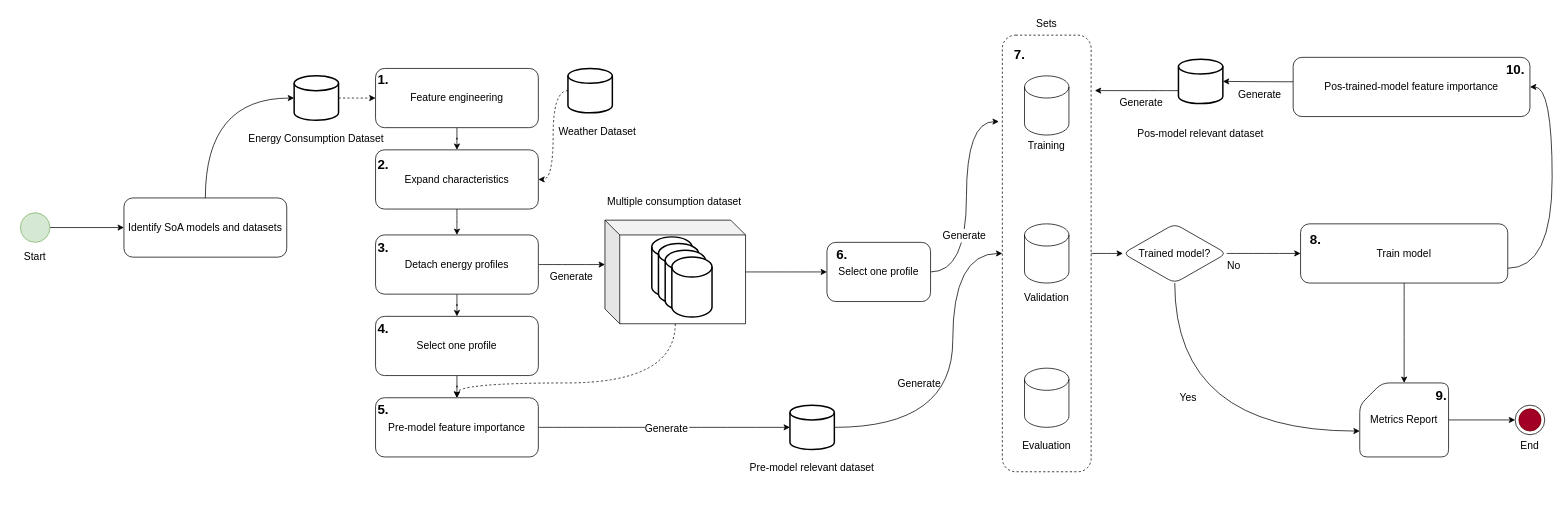
Before: page "Page-1" (1 of 2) of methodology/imgs/method/method.drawio in pv08/consumption-forecasting, a draw.io diagram. Source tidied: cells renumbered, new cells numbered last; positions are measured from the earlier drawing's top-left corner, leaving out a move shared by most shapes. Both pictures are drawn from the tidied source at 74%, with x=0, y=0 at pixel (13, 13).
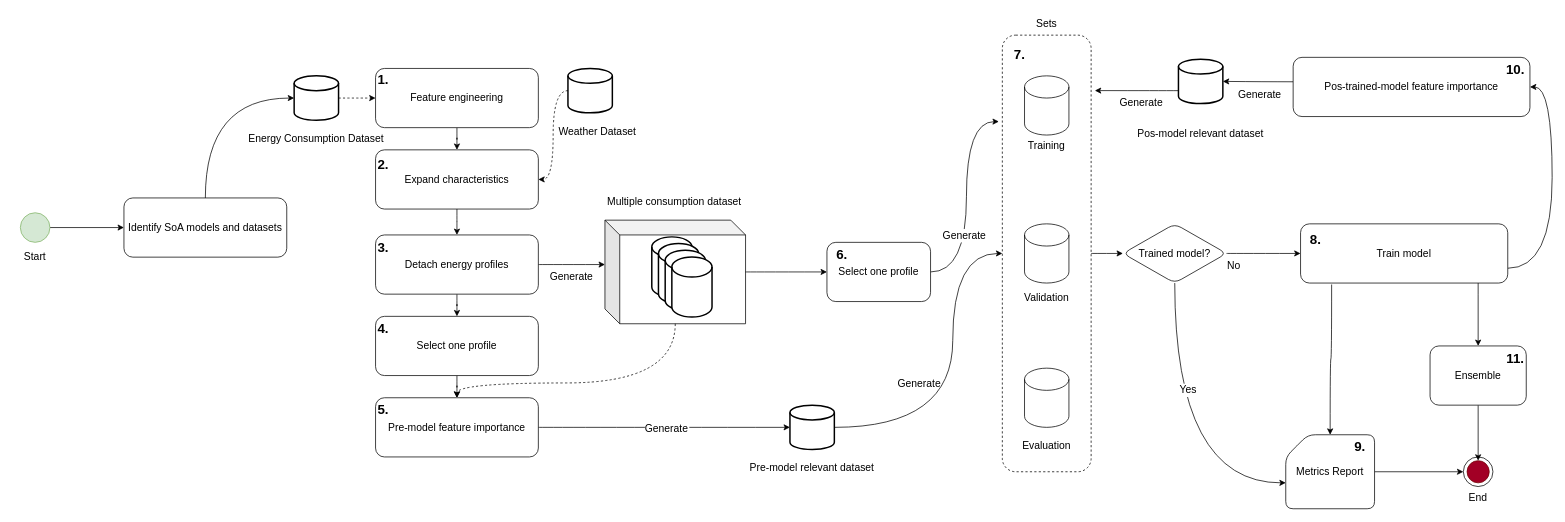
Above is the later version.

Unchanged cells that the change refers to:
```xml
<mxCell id="50" value="Train model" style="rounded=1;fontSize=14;whiteSpace=wrap;" parent="1" vertex="1">
  <mxGeometry x="1740" y="285" width="280" height="80" as="geometry" />
</mxCell>
<mxCell id="75" style="ellipse;whiteSpace=wrap;html=1;fontSize=14;fillColor=#a20025;strokeColor=#6F0000;fontColor=#ffffff;" parent="73" vertex="1">
  <mxGeometry x="5" y="5" width="30" height="30" as="geometry" />
</mxCell>
```

Diff of the diagram source:
```diff
@@
-    <mxCell id="48" style="edgeStyle=orthogonalEdgeStyle;curved=1;rounded=1;jettySize=auto;endArrow=classic;endFill=1;fontSize=14;" parent="1" edge="1" source="50" target="62">
+    <mxCell id="48" style="edgeStyle=orthogonalEdgeStyle;curved=1;rounded=1;jettySize=auto;endArrow=classic;endFill=1;fontSize=14;exitX=0.15;exitY=1.025;exitDx=0;exitDy=0;exitPerimeter=0;" parent="1" edge="1" source="50" target="62">
       <mxGeometry relative="1" as="geometry" />
     </mxCell>
@@
+    <mxCell id="87" style="edgeStyle=orthogonalEdgeStyle;rounded=0;jettySize=auto;html=1;entryX=0.5;entryY=0;entryDx=0;entryDy=0;" parent="1" edge="1" source="50" target="89">
+      <mxGeometry relative="1" as="geometry">
+        <Array as="points">
+          <mxPoint x="1980" y="380" />
+          <mxPoint x="1980" y="380" />
+        </Array>
+      </mxGeometry>
+    </mxCell>
@@
     <mxCell id="62" value="Metrics Report" style="shape=card;rounded=1;fontSize=14;whiteSpace=wrap;" parent="1" vertex="1">
-      <mxGeometry x="1820" y="500" width="120" height="100" as="geometry" />
+      <mxGeometry x="1720" y="570" width="120" height="100" as="geometry" />
     </mxCell>
@@
     <mxCell id="73" style="group;" parent="1" vertex="1">
-      <mxGeometry x="2030" y="530" width="40" height="40" as="geometry" />
+      <mxGeometry x="1960" y="600" width="40" height="40" as="geometry" />
     </mxCell>
@@
     <mxCell id="76" value="End" style="text;html=1;strokeColor=none;fillColor=none;align=center;verticalAlign=middle;whiteSpace=wrap;rounded=0;fontSize=14;" parent="1" vertex="1">
-      <mxGeometry x="2020" y="570" width="60" height="30" as="geometry" />
+      <mxGeometry x="1950" y="640" width="60" height="30" as="geometry" />
     </mxCell>
@@
     <mxCell id="85" value="&lt;font style=&quot;font-size: 18px;&quot;&gt;9.&lt;/font&gt;" style="text;strokeColor=none;fillColor=none;html=1;fontSize=24;fontStyle=1;verticalAlign=middle;align=center;" parent="1" vertex="1">
-      <mxGeometry x="1900" y="490" width="60" height="50" as="geometry" />
+      <mxGeometry x="1790" y="560" width="60" height="50" as="geometry" />
     </mxCell>
@@
+    <mxCell id="88" style="edgeStyle=orthogonalEdgeStyle;rounded=0;jettySize=auto;html=1;entryX=0.5;entryY=0;entryDx=0;entryDy=0;" parent="1" edge="1" source="89" target="75">
+      <mxGeometry relative="1" as="geometry" />
+    </mxCell>
+    <mxCell id="89" value="Ensemble" style="rounded=1;fontSize=14;whiteSpace=wrap;" parent="1" vertex="1">
+      <mxGeometry x="1915" y="450" width="130" height="80" as="geometry" />
+    </mxCell>
+    <mxCell id="90" value="&lt;font style=&quot;font-size: 18px;&quot;&gt;11.&lt;/font&gt;" style="text;strokeColor=none;fillColor=none;html=1;fontSize=24;fontStyle=1;verticalAlign=middle;align=center;" parent="1" vertex="1">
+      <mxGeometry x="2000" y="440" width="60" height="50" as="geometry" />
+    </mxCell>
```
